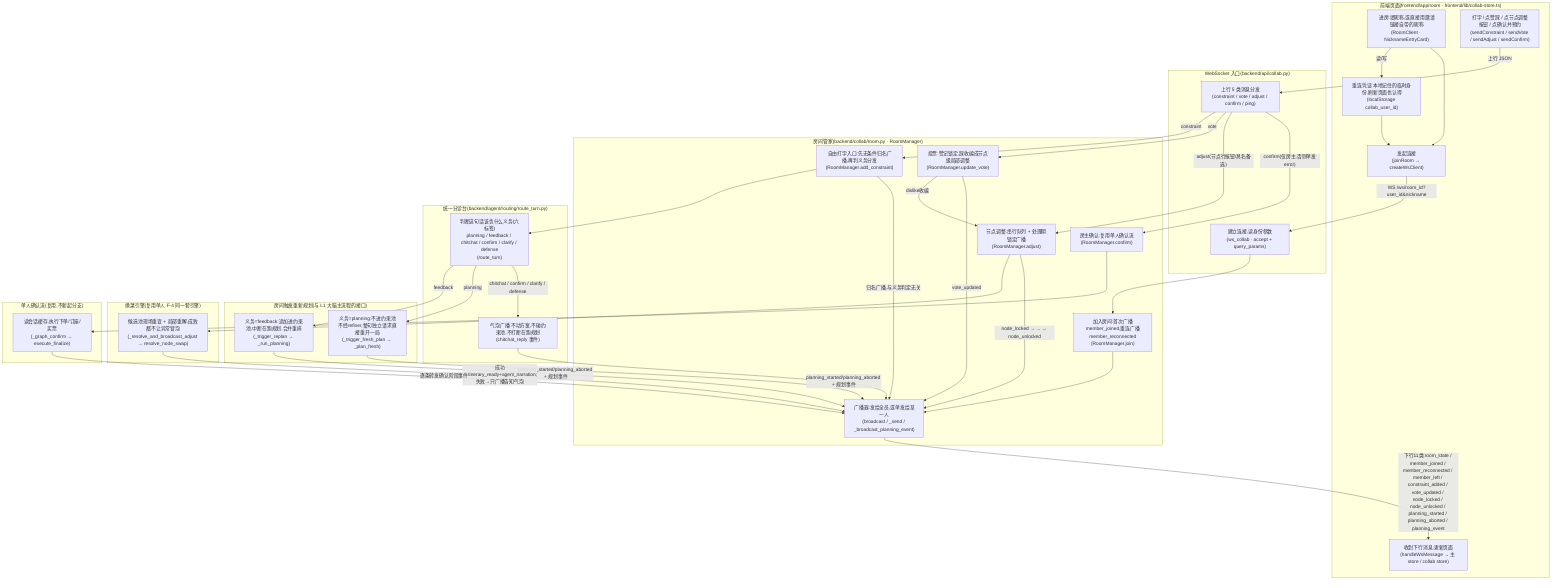
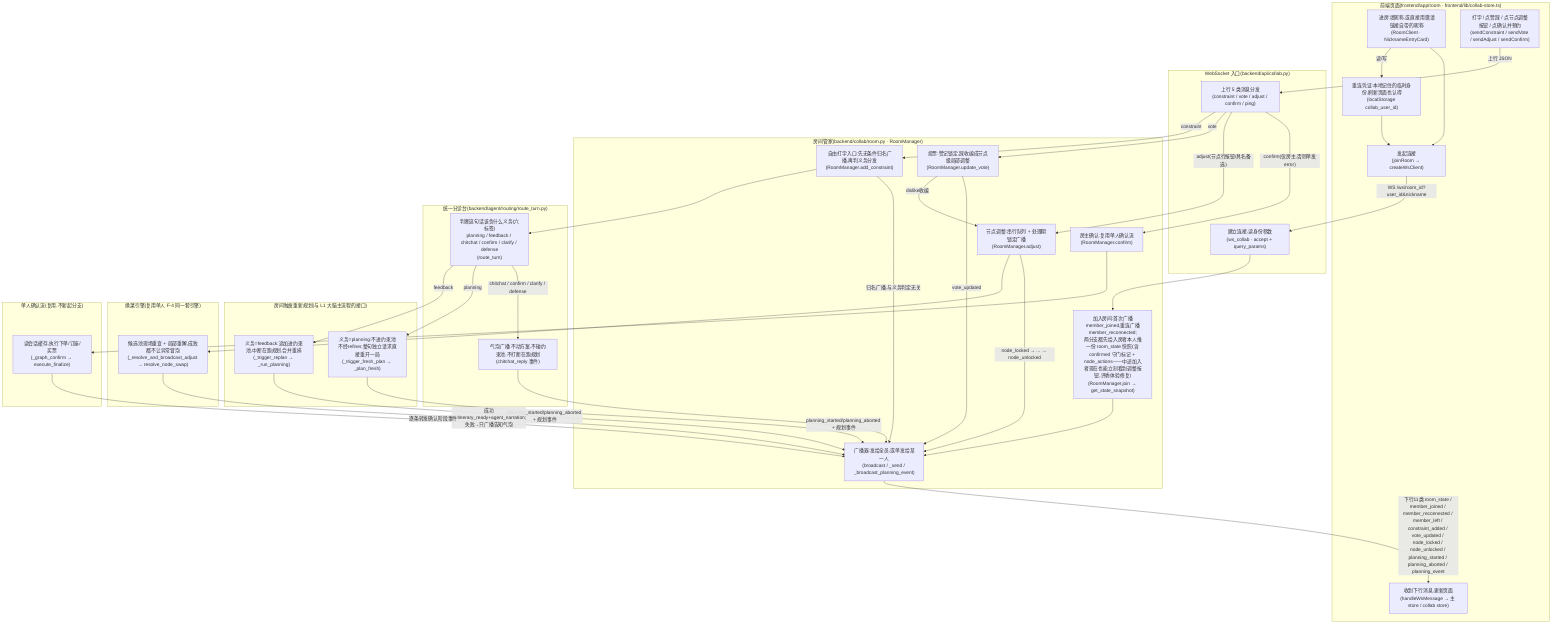
%% ============================================================
%% L2 · 多人房间通道 —— 这张图回答:「多人房间里一条消息/一次点击怎么被处理」
%% 受众: 有基础知识的非开发者也要能读懂(人话为主) + 开发者可定位(括号内代码名)
%% 文字纪律: 每框第一行人话职责,括号内是代码里的名字;术语对齐 docs/map/index.html 的 L0 词表
%%   (房间=Room、约束=Constraint、诉求台账=demand_ledger、方案=Itinerary、质检见 L1)
- %% 基于 commit: 57afcef
+ %% 基于 commit: 93906e3
+ %% ----
+ %% 【2026-07-03 评委体验修复(359059d)读码核实后补入本图】Room.get_state_snapshot
+ %%   现算 node_actions 塞进 room_state 快照——此前中途加入房间的成员要等别人
+ %%   换一次菜(下一次 agent_narration 事件)才第一次看到调整按钮,评委扫码进房
+ %%   实测踩中。候选池口径跟随房间唯一换菜路径 _query_pois/_query_restaurants
+ %%   （现场查,同 intent/grounding 过滤;不是单人版的全量目录 load_pois/
+ %%   load_restaurants,两者解决不同历史包袱,不引入第二套候选池来源）;
+ %%   组装用模板路径(generate_template_node_chips)+_build_node_actions,零 LLM
+ %%   调用;异常兜底 warning+省略该键,绝不因为算按钮拖垮整条 join 连接。
+ %%   confirmed(房间是否已下单的守门标记,GATE 读它判断要不要拦换菜——见
+ %%   L2-node-swap.mmd 的 GATE 节点)本就在快照里,只是这张图之前没画出来,
+ %%   这次一并补上。
%% ----
%% 锚点表(节点 → 代码位置;"生命周期测试"=backend/tests/test_room_lifecycle_characterization.py,
%%        "adjust_ttl测试"=backend/tests/test_room_adjust_and_ttl.py):
%%   ENTRY     frontend/app/room/RoomClient.tsx:34-42(读/写 localStorage collab_user_id)、
%%             67-69+110-157(NicknameEntryCard,无深链昵称时先收集)
%%   CRED      frontend/app/room/RoomClient.tsx:34-42(collab_user_id 重连凭证,断线重连靠它对上 user_id)
%%   JOINCALL  frontend/lib/collab-store.ts:129-152 joinRoom → createWsClient
%%   ACCEPT    backend/api/collab.py:165-184 ws_collab(读 query_params user_id/nickname → accept → manager.join)
%%   DISPATCH  backend/api/collab.py:186-236(上行 5 类消息 if/elif 分发)
%%   JOIN      backend/collab/room.py:255-299 RoomManager.join
%%             (277-288 已在 members 里→重连分支,广播 member_reconnected;
- %%              289-299 全新 user_id→首次分支,广播 member_joined;两分支都先给入房者本人推 room_state 快照)
+ %%              289-299 全新 user_id→首次分支,广播 member_joined;两分支都先给入房者本人推
+ %%              room_state 快照——get_state_snapshot,149-207,含 demand_ledger/confirmed/
+ %%              node_actions 三个非结构性字段,前两个原有,node_actions 今日新增,组装见
+ %%              209-243 _snapshot_node_actions,候选池/异常兜底口径见头部说明)
%%   ADDC      backend/collab/room.py:315-450 RoomManager.add_constraint
%%             (383-399 归名广播对三类义务一视同仁;401-450 按 outcome.kind 分流)
%%   RTURN     backend/agent/routing/route_turn.py:139-230 route_turn(六标签级联);
%%             六标签定义 backend/agent/routing/kinds.py:24-31;
%%             调用点 backend/collab/room.py:368-376(context_source=RoomSource(room))
%%   CHATBUB   backend/collab/room.py:440-448(outcome.decision 非空分支→chitchat_reply)
%%   TRIG_R    backend/collab/room.py:401-421(feedback 分支:入约束池+中断在跑规划)
%%             → 873-896 _trigger_replan → 936-1011 _run_planning/_replan_with_refiner
%%   TRIG_F    backend/collab/room.py:423-438(planning 分支,不入约束池不经 refiner)
%%             → 898-934 _trigger_fresh_plan → 1013-1043 _plan_fresh
%%   VOTE      backend/collab/room.py:452-502 RoomManager.update_vote
%%             (479-483 赞→locked_stages.add;踩→discard;494-500 踩收编转调 adjust())
%%   ADJ       backend/collab/room.py:508-566 RoomManager.adjust(room.lock 串行 + node_locked/node_unlocked 广播)
%%   RESOLVE   backend/collab/room.py:568-742 _resolve_and_broadcast_adjust
%%             (608-616 无方案/已确认下单 两道守门;634-635 候选池现场重查;
%%              640-689 三种 action 分流调 resolve_node_swap;692-698 业务失败只告知不改方案)
%%   CONF      backend/collab/room.py:785-867 RoomManager.confirm(仅 owner;797-807 非 owner 单发 error)
%%   GCONF     backend/api/_streams/graph_confirm.py::_graph_confirm(单人版同一入口,ADR-0012 决策 5);
%%             房间侧调用见 backend/collab/room.py:833,846
%%   BCAST     backend/collab/room.py:766-783 broadcast;1284-1289 _send(单发);1291-1295 _broadcast_planning_event
%%   RECV      frontend/lib/collab-store.ts:227-458 handleWsMessage(switch 12 个 case)
%% ----
%% 下行 11 类(快照类 1 + 广播类 10,均由 BCAST 发出,前端 switch 逐一处理):
%%   room_state / member_joined / member_reconnected / member_left / constraint_added /
%%   vote_updated / node_locked / node_unlocked / planning_started / planning_aborted / planning_event
%%   (planning_event 内层再套 chitchat_reply/itinerary_ready/agent_narration/refinement_done/
%%    intent_parsed/stream_error/done 等——同 L1 的 SSE 事件族,复用同一份事件形状)
%%   不计入 11 类:"error"(api/collab.py:171,207,215,226,room.py:800-806——单发给违规者,非广播)
%%   与"pong"(api/collab.py:236——纯协议保活,无业务语义)。
%%   前端 collab-store.ts 里还有一个 "confirmed" case(第 445-451 行)——排查后端未见任何
%%   `broadcast(...{"type": "confirmed"...})` 调用点,疑似历史遗留的死分支(confirm 结果实际是
%%   通过 planning_event:itinerary_ready 到达前端的),不计入 11 类,已列入报告的"不确定"清单。
%% ============================================================
flowchart TB

  subgraph FE["前端页面(frontend/app/room · frontend/lib/collab-store.ts)"]
    ENTRY["进房:填昵称,或直接用邀请链接自带的昵称<br/>(RoomClient · NicknameEntryCard)"]
    CRED["重连凭证:本地记住的临时身份,刷新页面也认得<br/>(localStorage collab_user_id)"]
    JOINCALL["发起连接<br/>(joinRoom → createWsClient)"]
    ACT["打字 / 点赞踩 / 点节点调整按钮 / 点确认并预约<br/>(sendConstraint / sendVote / sendAdjust / sendConfirm)"]
    RECV["收到下行消息,更新页面<br/>(handleWsMessage → 主 store / collab store)"]
  end

  subgraph WSAPI["WebSocket 入口(backend/api/collab.py)"]
    ACCEPT["建立连接,读身份参数<br/>(ws_collab · accept + query_params)"]
    DISPATCH["上行 5 类消息分发<br/>(constraint / vote / adjust / confirm / ping)"]
  end

  subgraph MGR["房间管家(backend/collab/room.py · RoomManager)"]
-     JOIN["加入房间:首次广播member_joined,重连广播member_reconnected<br/>(RoomManager.join)"]
+     JOIN["加入房间:首次广播member_joined,重连广播member_reconnected;<br/>两分支都先给入房者本人推一份 room_state 快照(含 confirmed 守门标记 + node_actions——中途加入者现在也能立刻看到调整按钮,评委体验修复)<br/>(RoomManager.join → get_state_snapshot)"]
    ADDC["自由打字入口:先无条件归名广播,再判义务分发<br/>(RoomManager.add_constraint)"]
    VOTE["投票:赞记锁定,踩收编成节点级局部调整<br/>(RoomManager.update_vote)"]
    ADJ["节点调整:串行队列 + 处理期锁定广播<br/>(RoomManager.adjust)"]
    CONF["房主确认:复用单人确认流<br/>(RoomManager.confirm)"]
    BCAST["广播器:发给全员,或单发给某一人<br/>(broadcast / _send / _broadcast_planning_event)"]
  end

  subgraph ROUTE["统一分诊台(backend/agent/routing/route_turn.py)"]
    RTURN["判断这句话该负什么义务(六标签)<br/>planning / feedback / chitchat / confirm / clarify / defense<br/>(route_turn)"]
    CHATBUB["气泡广播:不动方案,不碰约束池,不打断在跑规划<br/>(chitchat_reply 事件)"]
  end

  subgraph REPLAN["房间触发重新规划(与 L1 大脑主流程的接口)"]
    TRIG_R["义务=feedback:追加进约束池,中断在跑规划,合并重排<br/>(_trigger_replan → _run_planning)"]
    TRIG_F["义务=planning:不进约束池不经refiner,整句独立请求直接重开一局<br/>(_trigger_fresh_plan → _plan_fresh)"]
  end

  subgraph SWAP["换菜引擎(复用单人 F-4 同一套引擎)"]
    RESOLVE["候选池现场重查 + 局部重解,成败都不让异常冒泡<br/>(_resolve_and_broadcast_adjust → resolve_node_swap)"]
  end

  subgraph SCONF["单人确认流(复用,不新起分支)"]
    GCONF["读会话缓存,执行下单/订座/买票<br/>(_graph_confirm → execute_finalize)"]
  end

  ENTRY -->|"读/写"| CRED
  ENTRY --> JOINCALL
  CRED --> JOINCALL
  JOINCALL -->|"WS /ws/room_id?user_id&nickname"| ACCEPT
  ACCEPT --> JOIN
  ACT -->|"上行 JSON"| DISPATCH

  DISPATCH -->|"constraint"| ADDC
  DISPATCH -->|"vote"| VOTE
  DISPATCH -->|"adjust(节点行按钮/具名备选)"| ADJ
  DISPATCH -->|"confirm(仅房主,否则单发error)"| CONF

  ADDC --> RTURN
  RTURN -->|"feedback"| TRIG_R
  RTURN -->|"planning"| TRIG_F
  RTURN -->|"chitchat / confirm / clarify / defense"| CHATBUB

  VOTE -->|"dislike收编"| ADJ
  ADJ --> RESOLVE
  CONF --> GCONF

  JOIN --> BCAST
  ADDC -->|"归名广播,与义务判定无关"| BCAST
  VOTE -->|"vote_updated"| BCAST
  ADJ -->|"node_locked → ... → node_unlocked"| BCAST
  CHATBUB --> BCAST
  TRIG_R -->|"planning_started/planning_aborted + 规划事件"| BCAST
  TRIG_F -->|"planning_started/planning_aborted + 规划事件"| BCAST
  RESOLVE -->|"成功→itinerary_ready+agent_narration;失败→只广播告知气泡"| BCAST
  GCONF -->|"逐条转发确认阶段事件"| BCAST

  BCAST -->|"下行11类:room_state / member_joined / member_reconnected / member_left / constraint_added / vote_updated / node_locked / node_unlocked / planning_started / planning_aborted / planning_event"| RECV
